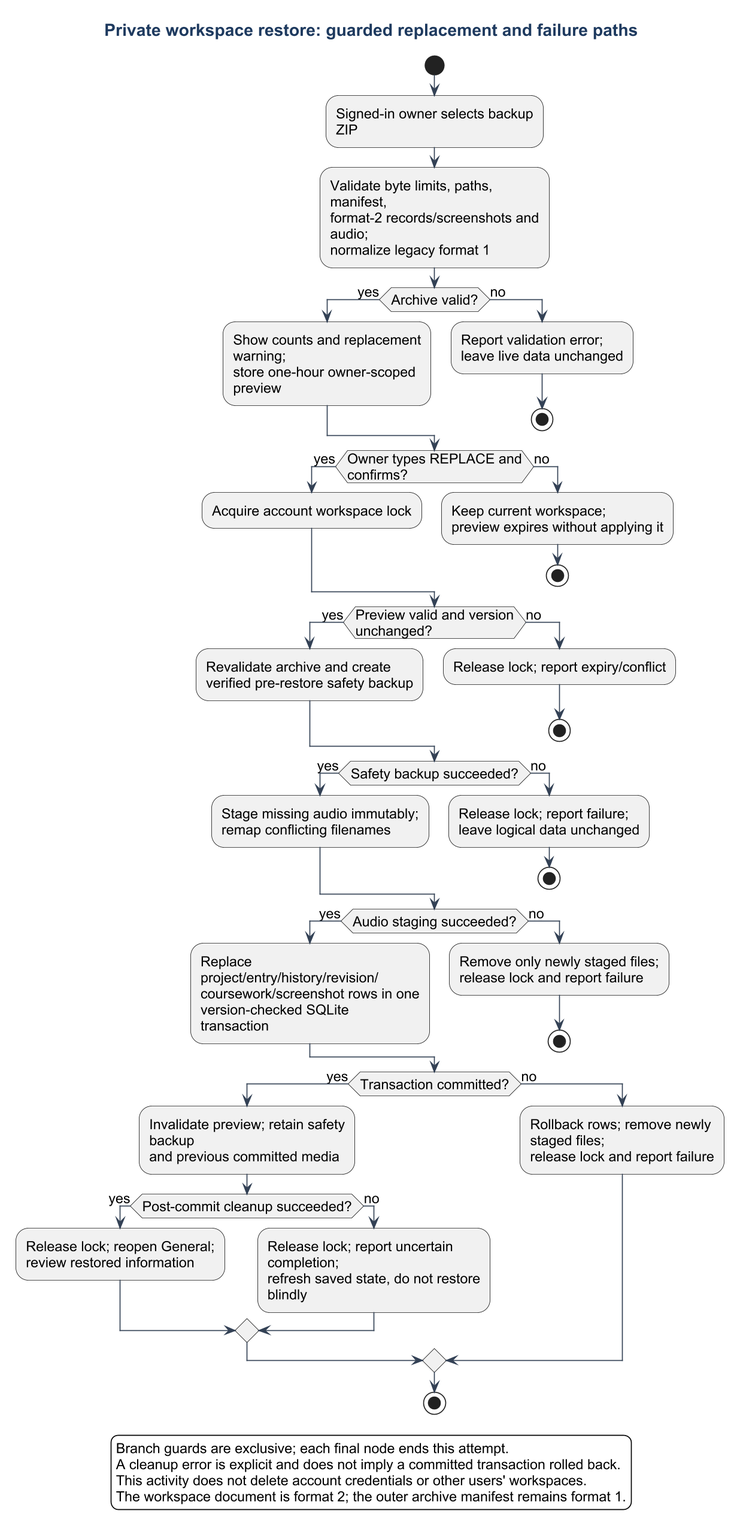
Suraku237/francanglaiscompiler keeps this PlantUML diagram as docs/diagrams/activity-restore.png. Above is the earlier version.
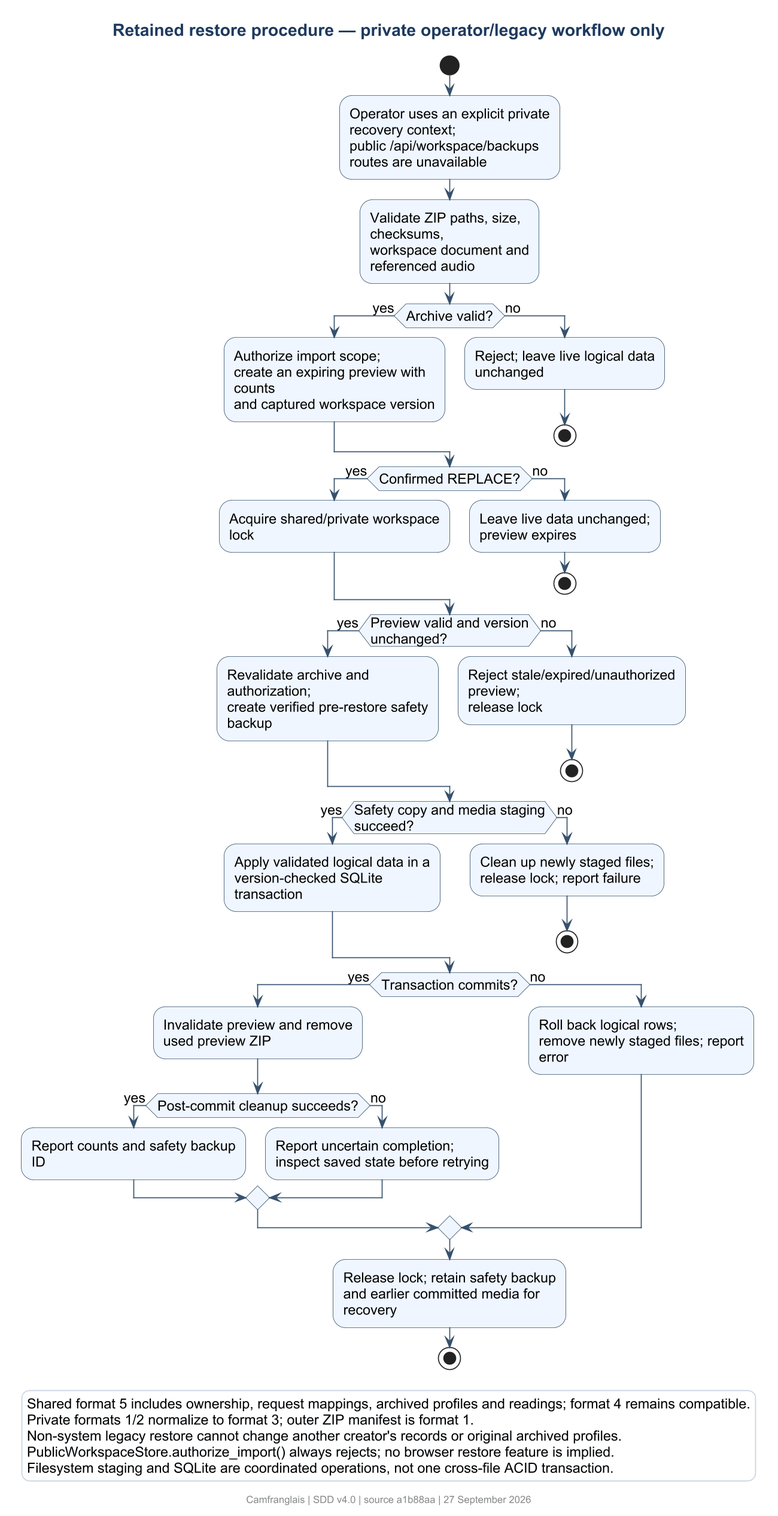
The same file after the commit.

Diff of the diagram source:
```diff
@@ -1,54 +1,50 @@
 @startuml
 !include theme.iuml
-title Private workspace restore: guarded replacement and failure paths
+title Retained restore procedure — private operator/legacy workflow only
 start
-:Signed-in owner selects backup ZIP;
-:Validate byte limits, paths, manifest,\nformat-2 records/screenshots and audio;\nnormalize legacy format 1;
+:Operator uses an explicit private recovery context;\npublic /api/workspace/backups routes are unavailable;
+:Validate ZIP paths, size, checksums,\nworkspace document and referenced audio;
 if (Archive valid?) then (yes)
-  :Show counts and replacement warning;\nstore one-hour owner-scoped preview;
+  :Authorize import scope;\ncreate an expiring preview with counts\nand captured workspace version;
 else (no)
-  :Report validation error;\nleave live data unchanged;
+  :Reject; leave live logical data unchanged;
   stop
 endif
-if (Owner types REPLACE and confirms?) then (yes)
-  :Acquire account workspace lock;
+if (Confirmed REPLACE?) then (yes)
+  :Acquire shared/private workspace lock;
 else (no)
-  :Keep current workspace;\npreview expires without applying it;
+  :Leave live data unchanged; preview expires;
   stop
 endif
 if (Preview valid and version unchanged?) then (yes)
-  :Revalidate archive and create\nverified pre-restore safety backup;
+  :Revalidate archive and authorization;\ncreate verified pre-restore safety backup;
 else (no)
-  :Release lock; report expiry/conflict;
+  :Reject stale/expired/unauthorized preview;\nrelease lock;
   stop
 endif
-if (Safety backup succeeded?) then (yes)
-  :Stage missing audio immutably;\nremap conflicting filenames;
+if (Safety copy and media staging succeed?) then (yes)
+  :Apply validated logical data in a\nversion-checked SQLite transaction;
 else (no)
-  :Release lock; report failure;\nleave logical data unchanged;
+  :Clean up newly staged files;\nrelease lock; report failure;
   stop
 endif
-if (Audio staging succeeded?) then (yes)
-  :Replace project/entry/history/revision/\ncoursework/screenshot rows in one\nversion-checked SQLite transaction;
-else (no)
-  :Remove only newly staged files;\nrelease lock and report failure;
-  stop
-endif
-if (Transaction committed?) then (yes)
-  :Invalidate preview; retain safety backup\nand previous committed media;
-  if (Post-commit cleanup succeeded?) then (yes)
-    :Release lock; reopen General;\nreview restored information;
+if (Transaction commits?) then (yes)
+  :Invalidate preview and remove used preview ZIP;
+  if (Post-commit cleanup succeeds?) then (yes)
+    :Report counts and safety backup ID;
   else (no)
-    :Release lock; report uncertain completion;\nrefresh saved state, do not restore blindly;
+    :Report uncertain completion;\ninspect saved state before retrying;
   endif
 else (no)
-  :Rollback rows; remove newly staged files;\nrelease lock and report failure;
+  :Roll back logical rows;\nremove newly staged files; report error;
 endif
+:Release lock; retain safety backup\nand earlier committed media for recovery;
 stop
 legend bottom
-  Branch guards are exclusive; each final node ends this attempt.
-  A cleanup error is explicit and does not imply a committed transaction rolled back.
-  This activity does not delete account credentials or other users' workspaces.
-  The workspace document is format 2; the outer archive manifest remains format 1.
+  Shared format 5 includes ownership, request mappings, archived profiles and readings; format 4 remains compatible.
+  Private formats 1/2 normalize to format 3; outer ZIP manifest is format 1.
+  Non-system legacy restore cannot change another creator's records or original archived profiles.
+  PublicWorkspaceStore.authorize_import() always rejects; no browser restore feature is implied.
+  Filesystem staging and SQLite are coordinated operations, not one cross-file ACID transaction.
 endlegend
 @enduml
```
